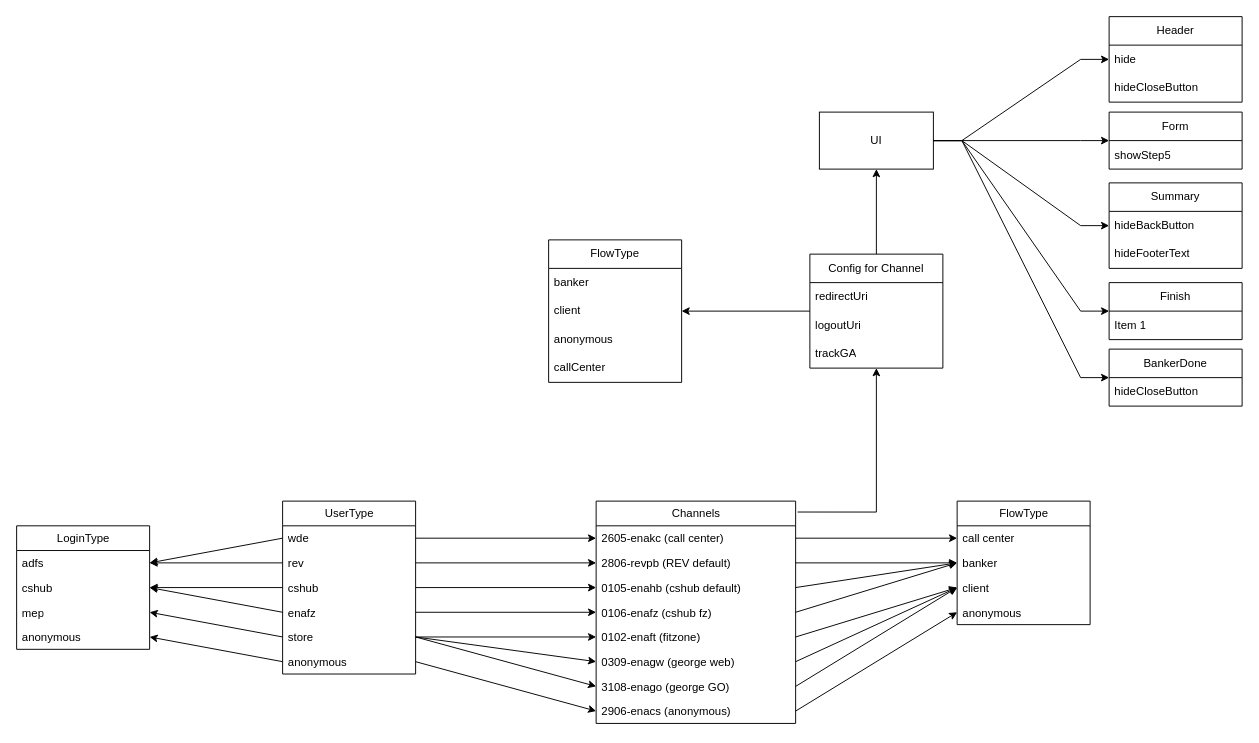
ondrejtuma-ext43301/diagrams keeps this draw.io diagram as ENA_model.drawio. Above is the earlier version. Source tidied: cells renumbered, new cells numbered last; positions are measured from the earlier drawing's top-left corner, leaving out a move shared by most shapes. Both pictures are drawn from the tidied source at 95%, with x=0, y=0 at pixel (16, 16).
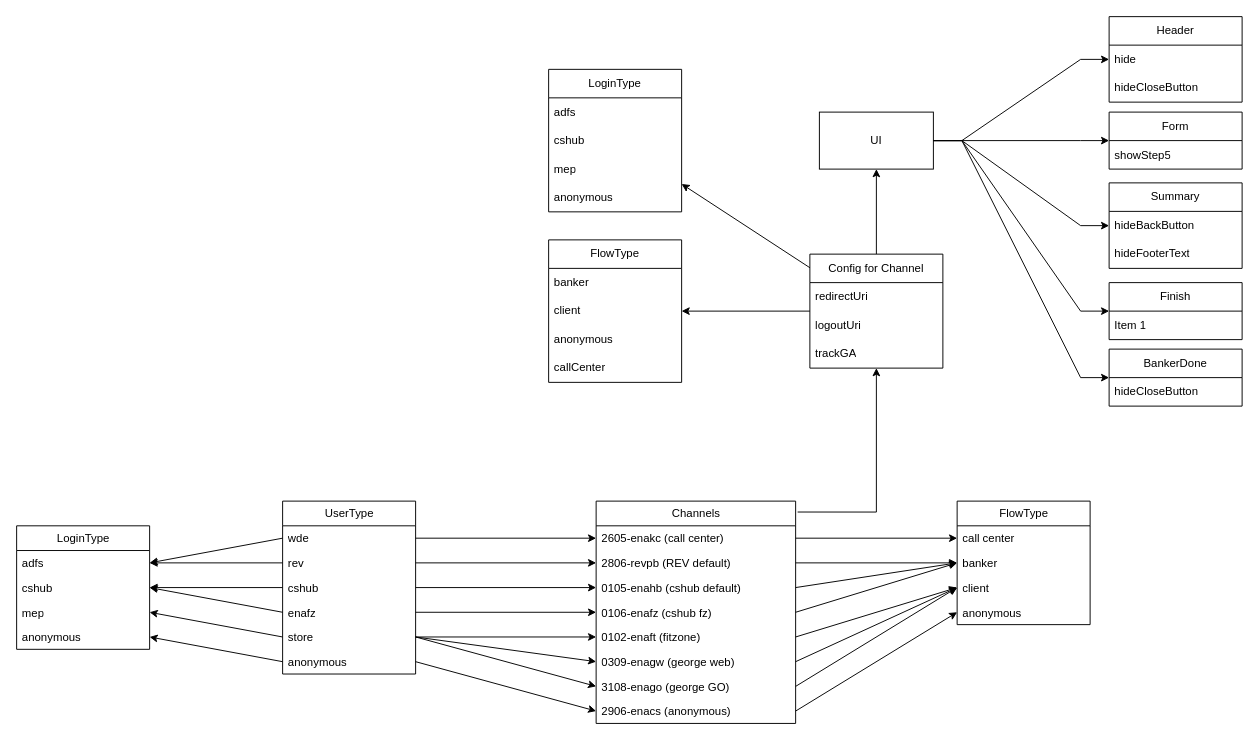
Above is the later version.

Commit message:
chore(model): add loginType to config for channel

Unchanged cells that the change refers to:
```xml
<mxCell id="62" value="Config for Channel" style="swimlane;fontStyle=0;horizontal=1;startSize=30;whiteSpace=wrap;html=1;" parent="1" vertex="1">
  <mxGeometry x="835" y="250" width="140" height="120" as="geometry" />
</mxCell>
```

Diff of the diagram source:
```diff
@@
+    <mxCell id="80" value="LoginType" style="swimlane;fontStyle=0;horizontal=1;startSize=30;whiteSpace=wrap;html=1;" parent="1" vertex="1">
+      <mxGeometry x="560" y="55.5" width="140" height="150" as="geometry" />
+    </mxCell>
+    <mxCell id="81" value="adfs" style="text;strokeColor=none;fillColor=none;align=left;verticalAlign=middle;spacingLeft=4;spacingRight=4;overflow=hidden;whiteSpace=wrap;html=1;" parent="80" vertex="1">
+      <mxGeometry y="30" width="140" height="30" as="geometry" />
+    </mxCell>
+    <mxCell id="82" value="cshub" style="text;strokeColor=none;fillColor=none;align=left;verticalAlign=middle;spacingLeft=4;spacingRight=4;overflow=hidden;whiteSpace=wrap;html=1;" parent="80" vertex="1">
+      <mxGeometry y="60" width="140" height="30" as="geometry" />
+    </mxCell>
+    <mxCell id="83" value="mep" style="text;strokeColor=none;fillColor=none;align=left;verticalAlign=middle;spacingLeft=4;spacingRight=4;overflow=hidden;whiteSpace=wrap;html=1;" parent="80" vertex="1">
+      <mxGeometry y="90" width="140" height="30" as="geometry" />
+    </mxCell>
+    <mxCell id="84" value="anonymous" style="text;strokeColor=none;fillColor=none;align=left;verticalAlign=middle;spacingLeft=4;spacingRight=4;overflow=hidden;whiteSpace=wrap;html=1;" parent="80" vertex="1">
+      <mxGeometry y="120" width="140" height="30" as="geometry" />
+    </mxCell>
+    <mxCell id="85" style="endArrow=classic;html=1;rounded=0;" parent="1" edge="1" source="62" target="80">
+      <mxGeometry relative="1" as="geometry" />
+    </mxCell>
```
